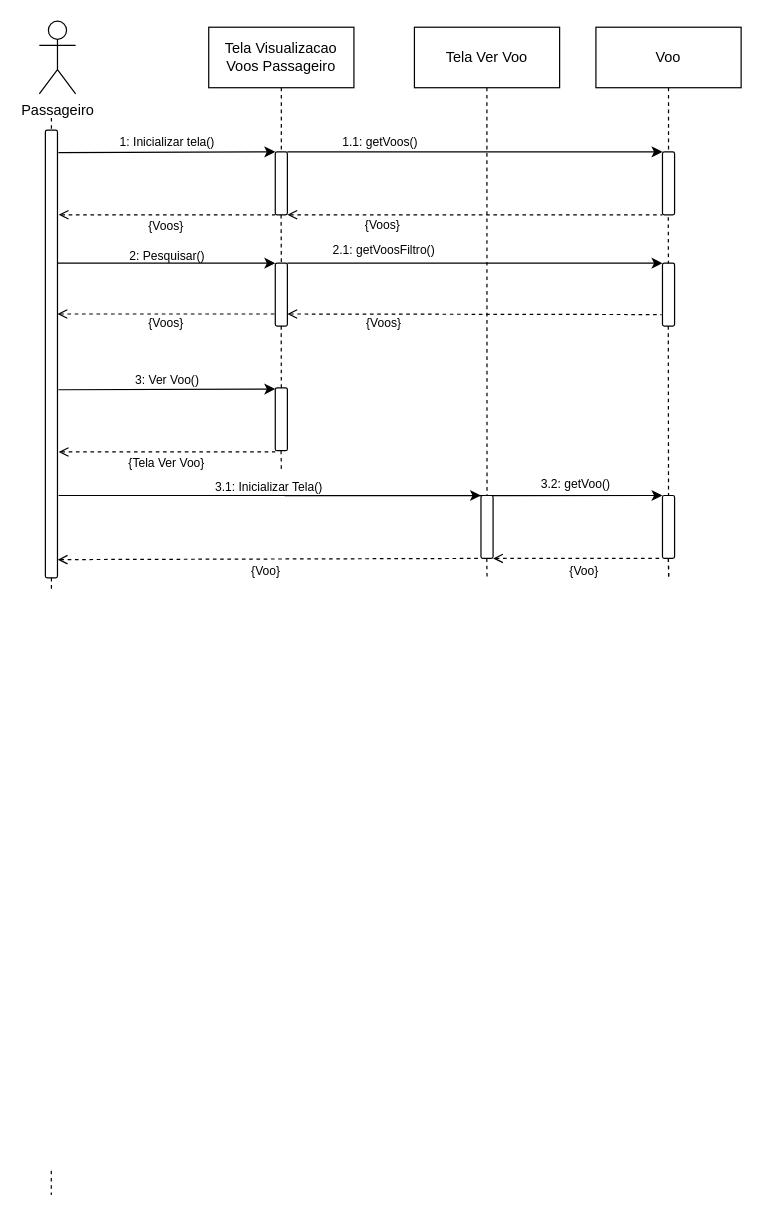
GabrielGMori/trabalho-conclus-o-ano keeps this draw.io diagram as Diagramas/Eng_de_Software/Modelos/Sequencia/Ver_Voos.drawio. Above is the earlier version. Source tidied: cells renumbered, new cells numbered last; positions are measured from the earlier drawing's top-left corner, leaving out a move shared by most shapes. Both pictures are drawn from the tidied source at 121%, with x=0, y=0 at pixel (39, 21).
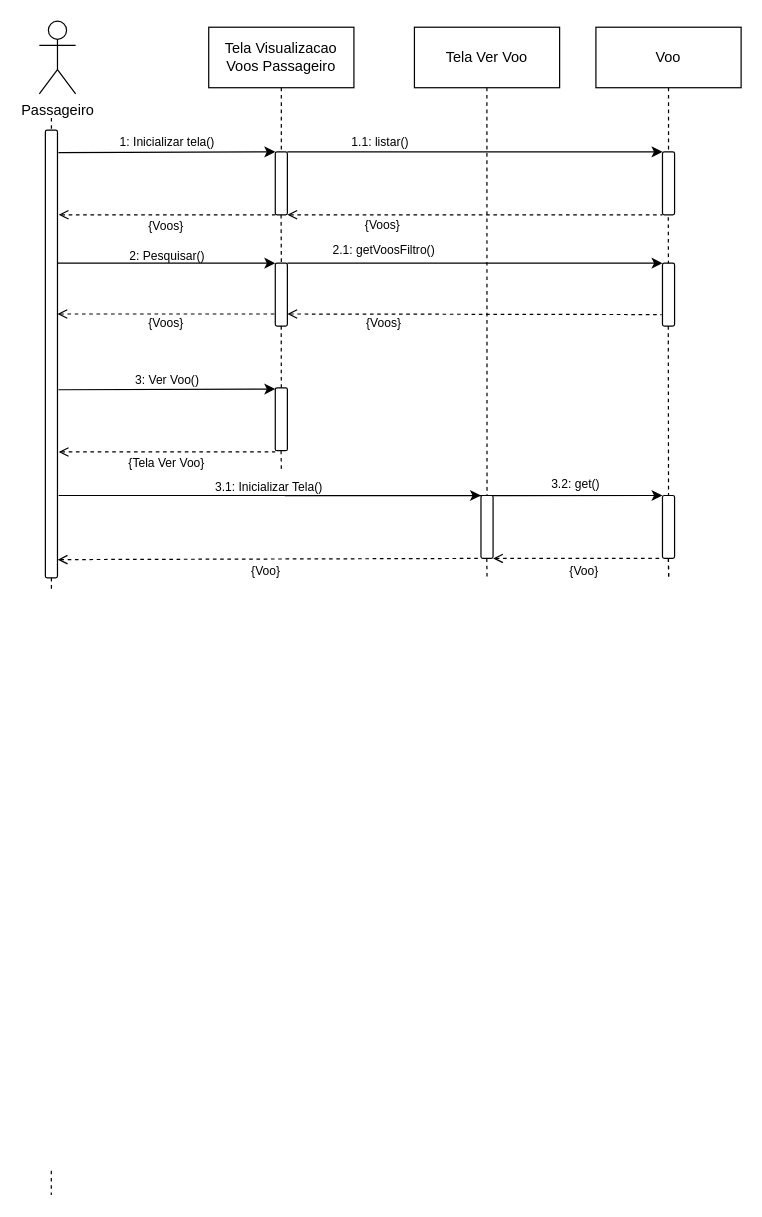
The same diagram, later.

The edit, as a diff of the source:
```diff
@@
-    <mxCell id="17" value="&lt;font&gt;1.1: getVoos&lt;/font&gt;&lt;font&gt;()&lt;/font&gt;" style="text;html=1;align=center;verticalAlign=middle;whiteSpace=wrap;rounded=0;fontSize=10;" parent="1" vertex="1">
+    <mxCell id="17" value="&lt;font&gt;1.1: listar&lt;/font&gt;&lt;font&gt;()&lt;/font&gt;" style="text;html=1;align=center;verticalAlign=middle;whiteSpace=wrap;rounded=0;fontSize=10;" parent="1" vertex="1">
       <mxGeometry x="202" y="90" width="160" height="20" as="geometry" />
     </mxCell>
@@
-    <mxCell id="45" value="&lt;font&gt;3.2: getVoo()&lt;/font&gt;" style="text;html=1;align=center;verticalAlign=middle;whiteSpace=wrap;rounded=0;fontSize=10;" parent="1" vertex="1">
+    <mxCell id="45" value="&lt;font&gt;3.2: get()&lt;/font&gt;" style="text;html=1;align=center;verticalAlign=middle;whiteSpace=wrap;rounded=0;fontSize=10;" parent="1" vertex="1">
       <mxGeometry x="386" y="372" width="115" height="20" as="geometry" />
     </mxCell>
```
